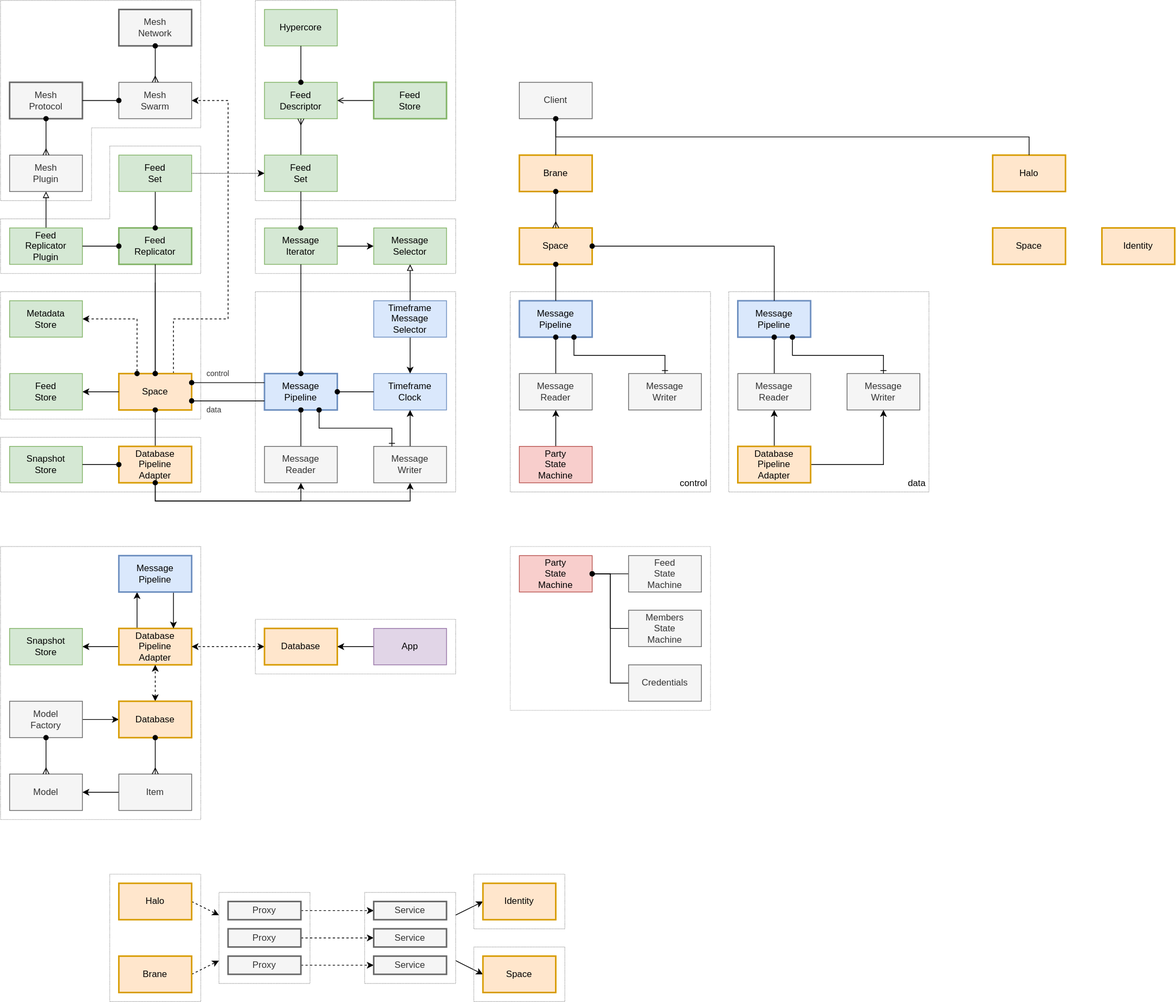
Above: docs/design/diagrams/echo-pipeline.drawio.svg in dxos/dxos (draw.io), before the change. Source tidied: cells renumbered, new cells last; positions are measured from the earlier drawing's top-left corner, leaving out a move shared by most shapes.
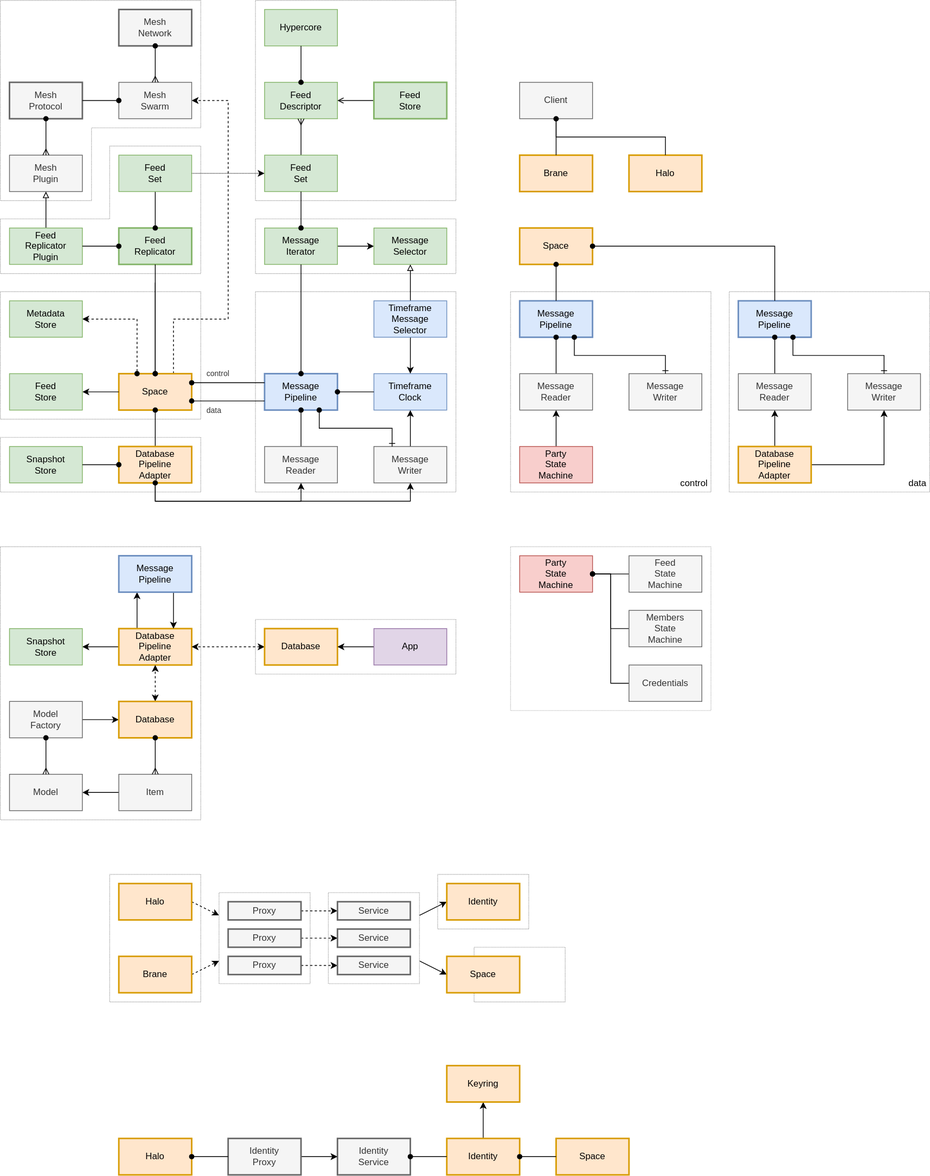
The same file after the commit.

The edit, as a diff of the source:
```diff
@@ -12,13 +12,13 @@
       <mxGeometry relative="1" as="geometry" />
     </mxCell>
     <mxCell id="5" style="rounded=0;whiteSpace=wrap;html=1;fillColor=none;dashed=1;strokeColor=#999999;dashPattern=1 1;" parent="1" vertex="1">
-      <mxGeometry x="480" y="1176" width="120" height="120" as="geometry" />
+      <mxGeometry x="432" y="1176" width="120" height="120" as="geometry" />
     </mxCell>
     <mxCell id="6" style="rounded=0;whiteSpace=wrap;html=1;fillColor=none;dashed=1;strokeColor=#999999;dashPattern=1 1;" parent="1" vertex="1">
       <mxGeometry x="624" y="1248" width="120" height="72" as="geometry" />
     </mxCell>
     <mxCell id="7" style="rounded=0;whiteSpace=wrap;html=1;fillColor=none;dashed=1;strokeColor=#999999;dashPattern=1 1;" parent="1" vertex="1">
-      <mxGeometry x="624" y="1152" width="120" height="72" as="geometry" />
+      <mxGeometry x="576" y="1152" width="120" height="72" as="geometry" />
     </mxCell>
     <mxCell id="8" style="rounded=0;whiteSpace=wrap;html=1;fillColor=none;dashed=1;strokeColor=#999999;dashPattern=1 1;" parent="1" vertex="1">
       <mxGeometry x="144" y="1152" width="120" height="168" as="geometry" />
@@ -357,9 +357,6 @@
     <mxCell id="101" value="Brane" style="rounded=0;whiteSpace=wrap;html=1;fillColor=#ffe6cc;strokeColor=#d79b00;strokeWidth=2;" parent="1" vertex="1">
       <mxGeometry x="684" y="204" width="96" height="48" as="geometry" />
     </mxCell>
-    <mxCell id="102" style="edgeStyle=none;rounded=0;html=1;exitX=0.5;exitY=1;exitDx=0;exitDy=0;startArrow=oval;startFill=1;endArrow=ERmany;endFill=0;" parent="1" edge="1" source="101" target="98">
-      <mxGeometry relative="1" as="geometry" />
-    </mxCell>
     <mxCell id="103" style="edgeStyle=none;html=1;exitX=0;exitY=0.5;exitDx=0;exitDy=0;startArrow=none;startFill=0;endArrow=classic;endFill=1;" parent="1" edge="1" source="105" target="117">
       <mxGeometry relative="1" as="geometry" />
     </mxCell>
@@ -417,20 +414,20 @@
     <mxCell id="121" style="edgeStyle=none;html=1;endArrow=ERmany;endFill=0;startArrow=oval;startFill=1;" parent="1" edge="1" source="116" target="113">
       <mxGeometry relative="1" as="geometry" />
     </mxCell>
-    <mxCell id="122" value="Halo" style="rounded=0;whiteSpace=wrap;html=1;fillColor=#ffe6cc;strokeColor=#d79b00;strokeWidth=2;" parent="1" vertex="1">
-      <mxGeometry x="1308" y="204" width="96" height="48" as="geometry" />
-    </mxCell>
+    <mxCell id="143" style="edgeStyle=none;shape=connector;rounded=0;html=1;exitX=0.5;exitY=0;exitDx=0;exitDy=0;labelBackgroundColor=default;fontFamily=Helvetica;fontSize=11;fontColor=default;startArrow=none;startFill=0;endArrow=classic;endFill=1;strokeColor=default;" parent="1" edge="1" source="123" target="150">
+      <mxGeometry relative="1" as="geometry" />
+    </mxCell>
     <mxCell id="123" value="Identity" style="rounded=0;whiteSpace=wrap;html=1;fillColor=#ffe6cc;strokeColor=#d79b00;strokeWidth=2;" parent="1" vertex="1">
-      <mxGeometry x="1452" y="300" width="96" height="48" as="geometry" />
+      <mxGeometry x="588" y="1500" width="96" height="48" as="geometry" />
     </mxCell>
-    <mxCell id="124" value="Space" style="rounded=0;whiteSpace=wrap;html=1;fillColor=#ffe6cc;strokeColor=#d79b00;strokeWidth=2;" parent="1" vertex="1">
-      <mxGeometry x="1308" y="300" width="96" height="48" as="geometry" />
+    <mxCell id="124" value="Halo" style="rounded=0;whiteSpace=wrap;html=1;fillColor=#ffe6cc;strokeColor=#d79b00;strokeWidth=2;" parent="1" vertex="1">
+      <mxGeometry x="828" y="204" width="96" height="48" as="geometry" />
     </mxCell>
-    <mxCell id="125" style="edgeStyle=none;html=1;exitX=0.5;exitY=1;exitDx=0;exitDy=0;entryX=0.5;entryY=0;entryDx=0;entryDy=0;startArrow=oval;startFill=1;endArrow=none;endFill=0;rounded=0;" parent="1" edge="1" source="126" target="122">
+    <mxCell id="125" style="edgeStyle=none;html=1;exitX=0.5;exitY=1;exitDx=0;exitDy=0;entryX=0.5;entryY=0;entryDx=0;entryDy=0;startArrow=oval;startFill=1;endArrow=none;endFill=0;rounded=0;" parent="1" edge="1" source="126" target="124">
       <mxGeometry relative="1" as="geometry">
         <Array as="points">
           <mxPoint x="732" y="180" />
-          <mxPoint x="1356" y="180" />
+          <mxPoint x="876" y="180" />
         </Array>
       </mxGeometry>
     </mxCell>
@@ -453,7 +450,7 @@
       <mxGeometry x="300" y="1188" width="96" height="24" as="geometry" />
     </mxCell>
     <mxCell id="132" value="Identity" style="rounded=0;whiteSpace=wrap;html=1;fillColor=#ffe6cc;strokeColor=#d79b00;strokeWidth=2;" parent="1" vertex="1">
-      <mxGeometry x="636" y="1164" width="96" height="48" as="geometry" />
+      <mxGeometry x="588" y="1164" width="96" height="48" as="geometry" />
     </mxCell>
     <mxCell id="133" style="edgeStyle=none;shape=connector;rounded=0;html=1;exitX=1;exitY=0.5;exitDx=0;exitDy=0;entryX=0;entryY=0.75;entryDx=0;entryDy=0;dashed=1;labelBackgroundColor=default;fontFamily=Helvetica;fontSize=11;fontColor=default;startArrow=none;startFill=0;endArrow=classic;endFill=1;strokeColor=default;" parent="1" edge="1" source="134" target="2">
       <mxGeometry relative="1" as="geometry" />
@@ -462,10 +459,10 @@
       <mxGeometry x="156" y="1260" width="96" height="48" as="geometry" />
     </mxCell>
     <mxCell id="135" value="Space" style="rounded=0;whiteSpace=wrap;html=1;fillColor=#ffe6cc;strokeColor=#d79b00;strokeWidth=2;" parent="1" vertex="1">
-      <mxGeometry x="636" y="1260" width="96" height="48" as="geometry" />
+      <mxGeometry x="588" y="1260" width="96" height="48" as="geometry" />
     </mxCell>
     <mxCell id="136" value="Service" style="rounded=0;whiteSpace=wrap;html=1;fillColor=#f5f5f5;strokeColor=#666666;strokeWidth=2;fontColor=#333333;" parent="1" vertex="1">
-      <mxGeometry x="492" y="1188" width="96" height="24" as="geometry" />
+      <mxGeometry x="444" y="1188" width="96" height="24" as="geometry" />
     </mxCell>
     <mxCell id="137" style="edgeStyle=none;shape=connector;rounded=0;html=1;exitX=1;exitY=0.5;exitDx=0;exitDy=0;entryX=0;entryY=0.5;entryDx=0;entryDy=0;dashed=1;labelBackgroundColor=default;fontFamily=Helvetica;fontSize=11;fontColor=default;startArrow=none;startFill=0;endArrow=classic;endFill=1;strokeColor=default;" parent="1" edge="1" source="138" target="141">
       <mxGeometry relative="1" as="geometry" />
@@ -480,10 +477,37 @@
       <mxGeometry x="300" y="1260" width="96" height="24" as="geometry" />
     </mxCell>
     <mxCell id="141" value="Service" style="rounded=0;whiteSpace=wrap;html=1;fillColor=#f5f5f5;strokeColor=#666666;strokeWidth=2;fontColor=#333333;" parent="1" vertex="1">
-      <mxGeometry x="492" y="1224" width="96" height="24" as="geometry" />
+      <mxGeometry x="444" y="1224" width="96" height="24" as="geometry" />
     </mxCell>
     <mxCell id="142" value="Service" style="rounded=0;whiteSpace=wrap;html=1;fillColor=#f5f5f5;strokeColor=#666666;strokeWidth=2;fontColor=#333333;" parent="1" vertex="1">
-      <mxGeometry x="492" y="1260" width="96" height="24" as="geometry" />
+      <mxGeometry x="444" y="1260" width="96" height="24" as="geometry" />
     </mxCell>
+    <mxCell id="144" value="Space" style="rounded=0;whiteSpace=wrap;html=1;fillColor=#ffe6cc;strokeColor=#d79b00;strokeWidth=2;" parent="1" vertex="1">
+      <mxGeometry x="732" y="1500" width="96" height="48" as="geometry" />
+    </mxCell>
+    <mxCell id="145" style="edgeStyle=none;shape=connector;rounded=0;html=1;labelBackgroundColor=default;fontFamily=Helvetica;fontSize=11;fontColor=default;startArrow=oval;startFill=1;endArrow=none;endFill=0;strokeColor=default;" parent="1" edge="1" source="123" target="144">
+      <mxGeometry relative="1" as="geometry" />
+    </mxCell>
+    <mxCell id="146" value="Identity&lt;br&gt;Service" style="rounded=0;whiteSpace=wrap;html=1;fillColor=#f5f5f5;strokeColor=#666666;strokeWidth=2;fontColor=#333333;" parent="1" vertex="1">
+      <mxGeometry x="444" y="1500" width="96" height="48" as="geometry" />
+    </mxCell>
+    <mxCell id="147" style="edgeStyle=none;shape=connector;rounded=0;html=1;exitX=1;exitY=0.5;exitDx=0;exitDy=0;labelBackgroundColor=default;fontFamily=Helvetica;fontSize=11;fontColor=default;startArrow=none;startFill=0;endArrow=classic;endFill=1;strokeColor=default;" parent="1" edge="1" source="148" target="146">
+      <mxGeometry relative="1" as="geometry" />
+    </mxCell>
+    <mxCell id="148" value="Identity&lt;br&gt;Proxy" style="rounded=0;whiteSpace=wrap;html=1;fillColor=#f5f5f5;strokeColor=#666666;strokeWidth=2;fontColor=#333333;" parent="1" vertex="1">
+      <mxGeometry x="300" y="1500" width="96" height="48" as="geometry" />
+    </mxCell>
+    <mxCell id="122" value="Halo" style="rounded=0;whiteSpace=wrap;html=1;fillColor=#ffe6cc;strokeColor=#d79b00;strokeWidth=2;" parent="1" vertex="1">
+      <mxGeometry x="156" y="1500" width="96" height="48" as="geometry" />
+    </mxCell>
+    <mxCell id="149" style="edgeStyle=none;shape=connector;rounded=0;html=1;exitX=1;exitY=0.5;exitDx=0;exitDy=0;entryX=0;entryY=0.5;entryDx=0;entryDy=0;labelBackgroundColor=default;fontFamily=Helvetica;fontSize=11;fontColor=default;startArrow=oval;startFill=1;endArrow=none;endFill=0;strokeColor=default;" parent="1" edge="1" source="122" target="148">
+      <mxGeometry relative="1" as="geometry" />
+    </mxCell>
+    <mxCell id="150" value="Keyring" style="rounded=0;whiteSpace=wrap;html=1;fillColor=#ffe6cc;strokeColor=#d79b00;strokeWidth=2;" parent="1" vertex="1">
+      <mxGeometry x="588" y="1404" width="96" height="48" as="geometry" />
+    </mxCell>
+    <mxCell id="151" style="edgeStyle=none;shape=connector;rounded=0;html=1;exitX=1;exitY=0.5;exitDx=0;exitDy=0;labelBackgroundColor=default;fontFamily=Helvetica;fontSize=11;fontColor=default;startArrow=oval;startFill=1;endArrow=none;endFill=0;strokeColor=default;" parent="1" edge="1" source="146" target="123">
+      <mxGeometry relative="1" as="geometry" />
+    </mxCell>
   </root>
 </mxGraphModel>
```
